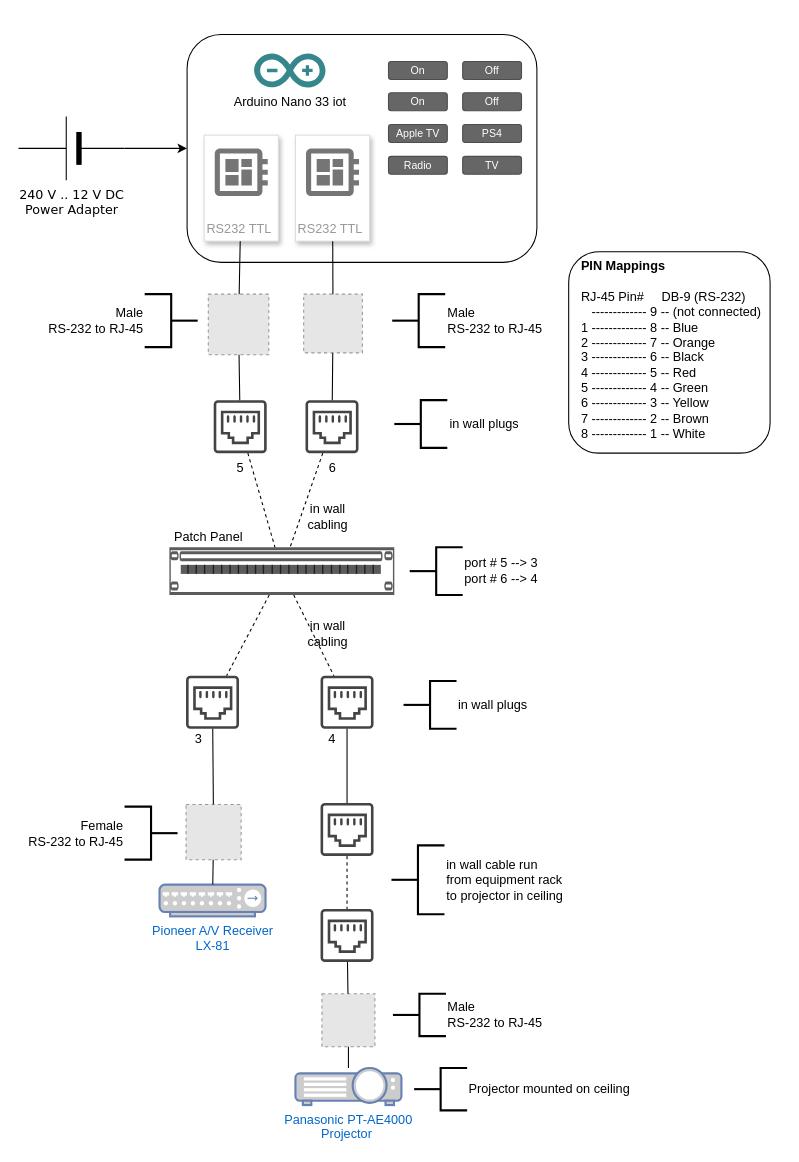
This is Home-Theatre-Remote.drawio from granticini/home-theatre-remote, a draw.io file, before an edit. Source tidied: cells renumbered, new cells numbered last; positions are measured from the earlier drawing's top-left corner, leaving out a move shared by most shapes. Both pictures are drawn from the tidied source at 106%, with x=0, y=0 at pixel (18, 34). Pictures stored in the file or linked from it are replaced by grey dashed boxes.
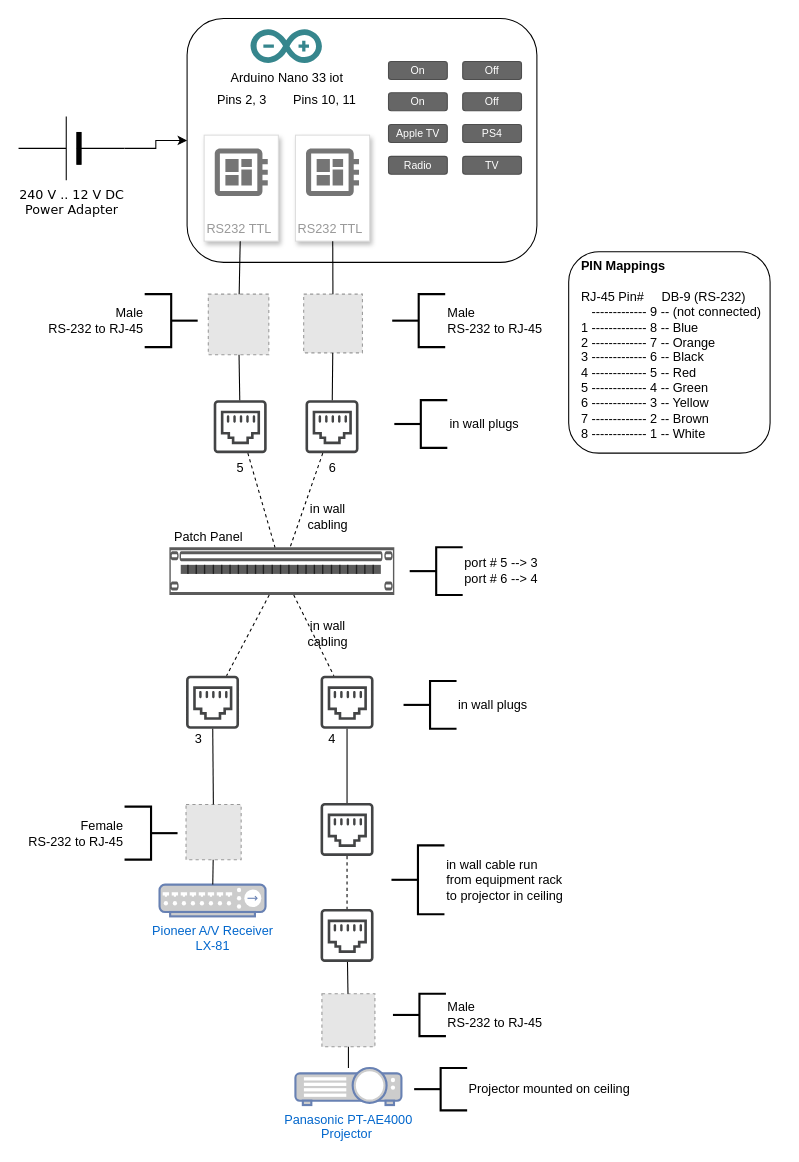
Above is the later version.

The edit, as a diff of the source:
```diff
@@
     <mxCell id="27" style="rounded=1;whiteSpace=wrap;html=1;" parent="1" vertex="1">
-      <mxGeometry x="159" width="330" height="215" as="geometry" />
+      <mxGeometry x="159" y="-15" width="330" height="230" as="geometry" />
     </mxCell>
     <mxCell id="28" value="Arduino Nano 33 iot" style="dashed=0;html=1;align=center;labelPosition=center;verticalLabelPosition=bottom;verticalAlign=top;shape=mxgraph.weblogos.arduino;fillColor=#36868D;strokeColor=none;" parent="1" vertex="1">
-      <mxGeometry x="222.2" y="18" width="67.4" height="32" as="geometry" />
+      <mxGeometry x="218.8" y="-5" width="67.4" height="32" as="geometry" />
     </mxCell>
@@
+    <mxCell id="61" value="Pins 2, 3" style="text;html=1;strokeColor=none;fillColor=none;align=center;verticalAlign=middle;whiteSpace=wrap;rounded=0;" parent="1" vertex="1">
+      <mxGeometry x="186.1" y="51.9" width="50" height="20" as="geometry" />
+    </mxCell>
+    <mxCell id="62" value="Pins 10, 11" style="text;html=1;strokeColor=none;fillColor=none;align=center;verticalAlign=middle;whiteSpace=wrap;rounded=0;" parent="1" vertex="1">
+      <mxGeometry x="254.4" y="51.9" width="70" height="20" as="geometry" />
+    </mxCell>
```
